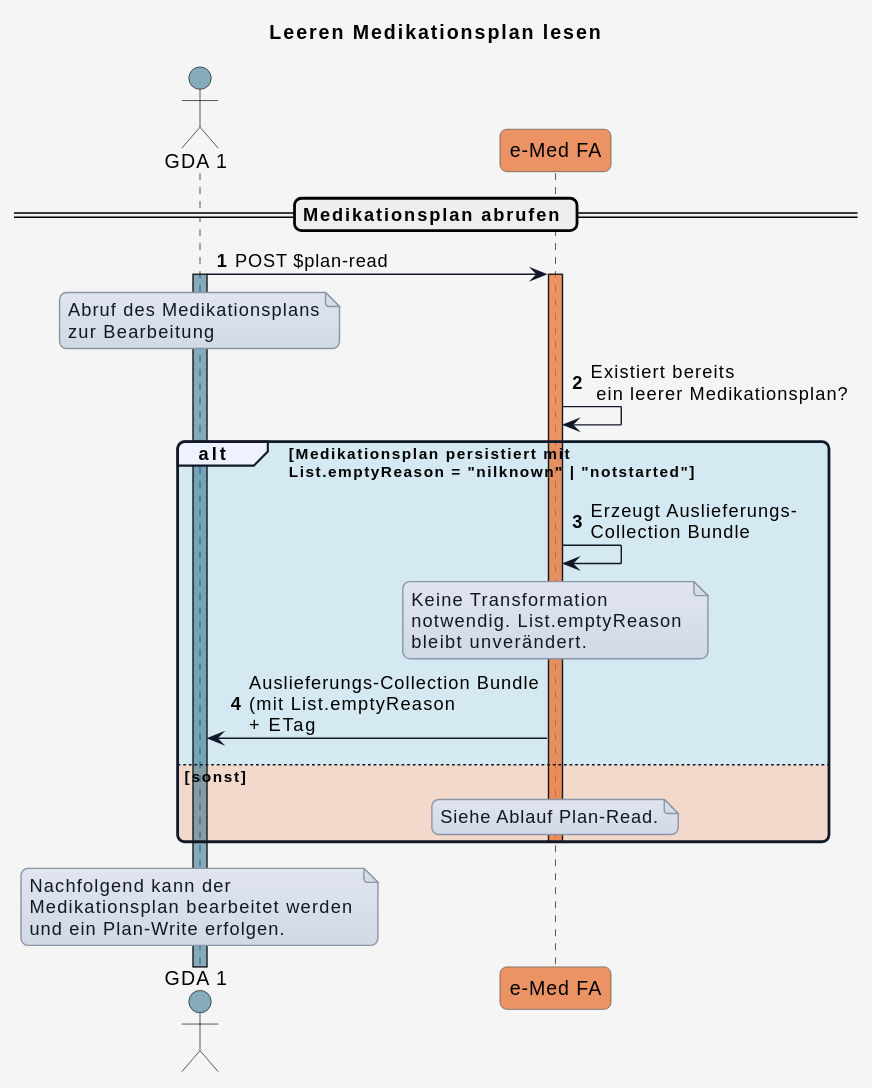
Earlier version of the PlantUML export r4-ELGA-e-Medikation-main/plantuml/UC_eMed_05_04.svg (HL7Austria/hl7austria.github.io). The source it was exported from:
```plantuml
@startuml
title Leeren Medikationsplan lesen


skinparam borderColor #000000
skinparam backgroundColor #f5f5f5
skinparam shadowing false
skinparam roundCorner 10
skinparam defaultFontName "Arial"
skinparam defaultFontColor #000000
skinparam HyperlinkColor #0000EE
skinparam HyperlinkUnderline false
skinparam BoxPadding 20
skinparam BoxBorderColor #555555

skinparam note {
  BackgroundColor #e0e5f0-#d1d9e6
  BorderColor #8b95a5
  BorderThickness 1
  RoundCorner 0
  Padding 6
  FontColor #111827
  Shadowing false
}

skinparam sequence {
  ParticipantBorderColor #555555
  ParticipantBackgroundColor #ffffff
  ParticipantFontColor #000000
  ParticipantFontSize 14
  ParticipantPadding 20
  ArrowColor #111827
  ArrowThickness 1
  ArrowFontColor #000000
  ArrowFontSize 13
  GroupBorderColor #111827
  GroupBackgroundColor #eef2ff
  GroupBorderThickness 2
}

!define COLOR_GDA_1    #15608280
!define COLOR_GDA_2    #96607D80
!define COLOR_PATIENT  #196B2480
!define COLOR_APO      #0F9ED590
!define COLOR_EMED_FA  #e97232bd
!define COLOR_E_REZEPT #cd3732a9

!define COLOR_OK       #0F9ED525
!define COLOR_ERROR    #E9713235

actor GDA_1 as "GDA 1" COLOR_GDA_1
participant eMed_FA as "e-Med FA" COLOR_EMED_FA


autonumber

== Medikationsplan abrufen ==

GDA_1 -> eMed_FA: POST $plan-read
activate GDA_1 COLOR_GDA_1

note over GDA_1
Abruf des Medikationsplans
zur Bearbeitung
end note

activate eMed_FA COLOR_EMED_FA
eMed_FA -> eMed_FA: Existiert bereits\n ein leerer Medikationsplan?


alt COLOR_OK Medikationsplan persistiert mit\nList.emptyReason = "nilknown" | "notstarted"

  eMed_FA -> eMed_FA: Erzeugt Auslieferungs-\nCollection Bundle
  note over eMed_FA
  Keine Transformation
  notwendig. List.emptyReason
  bleibt unverändert.
  end note
  eMed_FA -> GDA_1: Auslieferungs-Collection Bundle\n(mit List.emptyReason\n+ ETag


else COLOR_ERROR sonst
  note over eMed_FA
  Siehe Ablauf Plan-Read.
  end note
  deactivate eMed_FA
end

note over GDA_1
Nachfolgend kann der
Medikationsplan bearbeitet werden
und ein Plan-Write erfolgen.
end note
@enduml
```
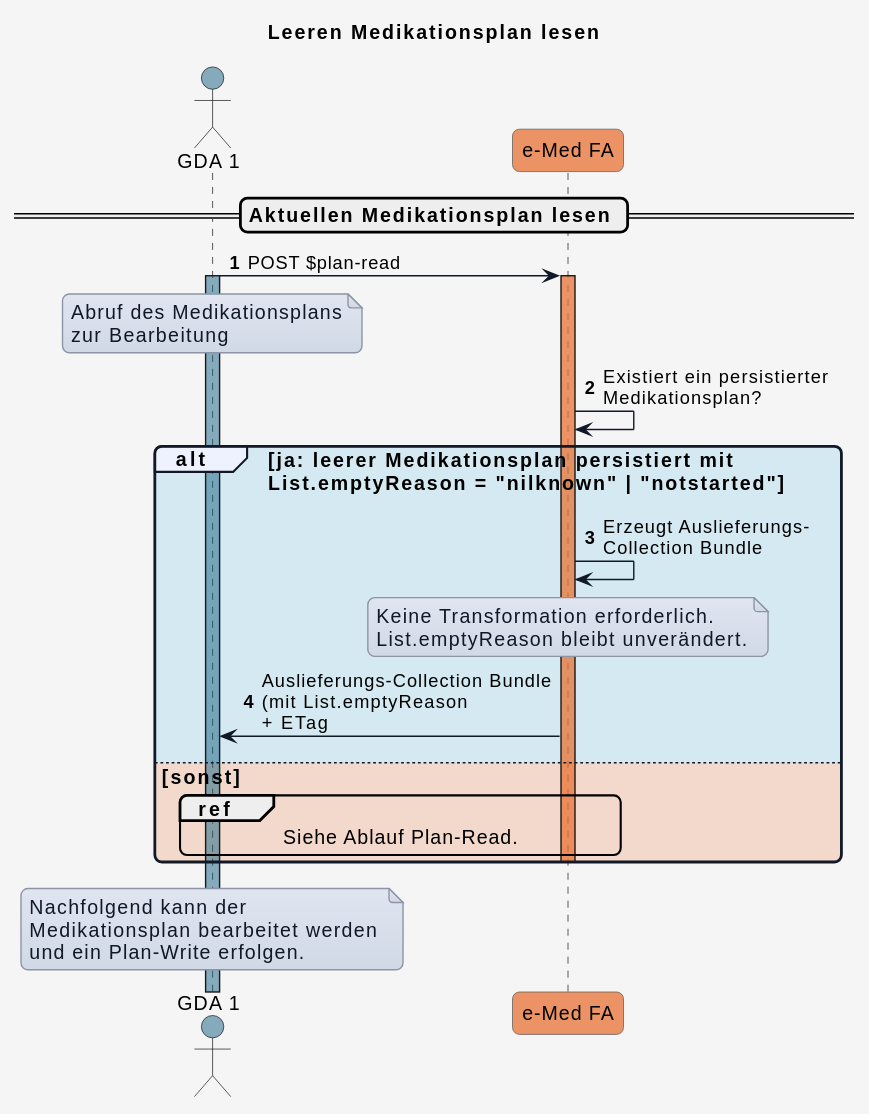
After the change.

Change to the diagram source:
```diff
@@ -7,6 +7,7 @@
 skinparam shadowing false
 skinparam roundCorner 10
 skinparam defaultFontName "Arial"
+skinparam defaultFontSize 14
 skinparam defaultFontColor #000000
 skinparam HyperlinkColor #0000EE
 skinparam HyperlinkUnderline false
@@ -54,7 +55,7 @@
 
 autonumber
 
-== Medikationsplan abrufen ==
+== Aktuellen Medikationsplan lesen ==
 
 GDA_1 -> eMed_FA: POST $plan-read
 activate GDA_1 COLOR_GDA_1
@@ -65,24 +66,24 @@
 end note
 
 activate eMed_FA COLOR_EMED_FA
-eMed_FA -> eMed_FA: Existiert bereits\n ein leerer Medikationsplan?
+eMed_FA -> eMed_FA: Existiert ein persistierter\nMedikationsplan?
 
-
-alt COLOR_OK Medikationsplan persistiert mit\nList.emptyReason = "nilknown" | "notstarted"
+alt COLOR_OK ja: leerer Medikationsplan persistiert mit\nList.emptyReason = "nilknown" | "notstarted"
 
   eMed_FA -> eMed_FA: Erzeugt Auslieferungs-\nCollection Bundle
   note over eMed_FA
-  Keine Transformation
-  notwendig. List.emptyReason
-  bleibt unverändert.
+  Keine Transformation erforderlich.
+  List.emptyReason bleibt unverändert.
   end note
   eMed_FA -> GDA_1: Auslieferungs-Collection Bundle\n(mit List.emptyReason\n+ ETag
 
 
 else COLOR_ERROR sonst
-  note over eMed_FA
+
+  ref over GDA_1,eMed_FA
   Siehe Ablauf Plan-Read.
-  end note
+  end ref
+
   deactivate eMed_FA
 end
 
```
